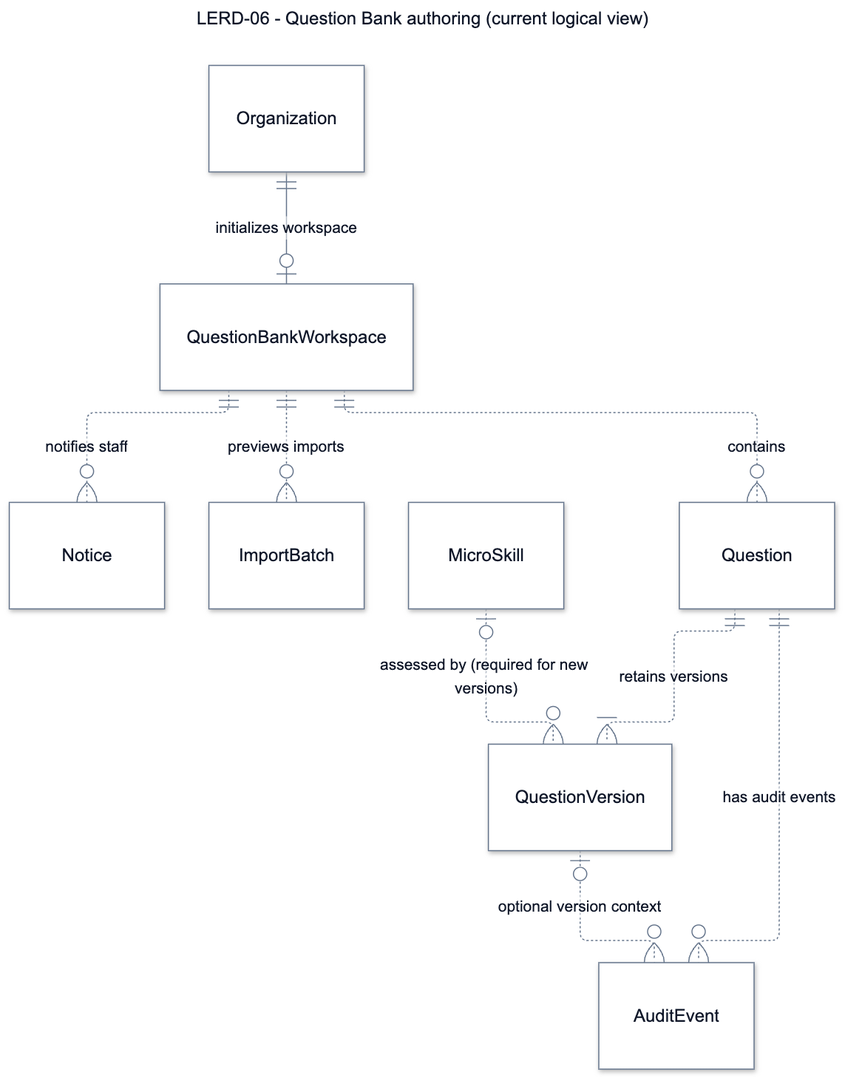
Earlier version of the Mermaid export documents/diagrams/mermaid/lerd-06.png (SEP490-Fall-2026-GFA26SE64/SEP490). Its source is kept beside it as documents/diagrams/mermaid/lerd-06.mmd. Source of this version:
```mermaid
---
title: "LERD-06 - Question Bank authoring (current logical view)"
config: {"theme":"base","fontFamily":"Segoe UI, Arial, sans-serif","themeVariables":{"fontFamily":"Segoe UI, Arial, sans-serif","fontSize":"16px","primaryColor":"#ffffff","primaryTextColor":"#0f1729","primaryBorderColor":"#64748b","secondaryColor":"#fef3eb","tertiaryColor":"#ffffff","lineColor":"#64748b","textColor":"#0f1729","mainBkg":"#ffffff","background":"#ffffff","clusterBkg":"#ffffff","clusterBorder":"#64748b","edgeLabelBackground":"#ffffff","titleColor":"#0f1729","noteBkgColor":"#fef3eb","noteTextColor":"#0f1729","noteBorderColor":"#e6650f","attributeBackgroundColorOdd":"#ffffff","attributeBackgroundColorEven":"#ffffff","secondaryBorderColor":"#64748b","tertiaryBorderColor":"#64748b","secondaryTextColor":"#0f1729","tertiaryTextColor":"#0f1729"},"layout":"elk","er":{"layoutDirection":"LR","nodeSpacing":36,"rankSpacing":74,"entityPadding":16,"fontSize":16,"minEntityWidth":140,"diagramPadding":24}}
---
erDiagram
  O["Organization"]
  B["QuestionBankWorkspace"]
  Q["Question"]
  V["QuestionVersion"]
  S["MicroSkill"]
  A["AuditEvent"]
  N["Notice"]
  X["ImportBatch"]
  O ||--o| B : "initializes workspace"
  B ||..o{ Q : "contains"
  Q ||..|{ V : "retains versions"
  S |o..o{ V : "assessed by (required for new versions)"
  Q ||..o{ A : "has audit events"
  V |o..o{ A : "optional version context"
  B ||..o{ N : "notifies staff"
  B ||..o{ X : "previews imports"
```
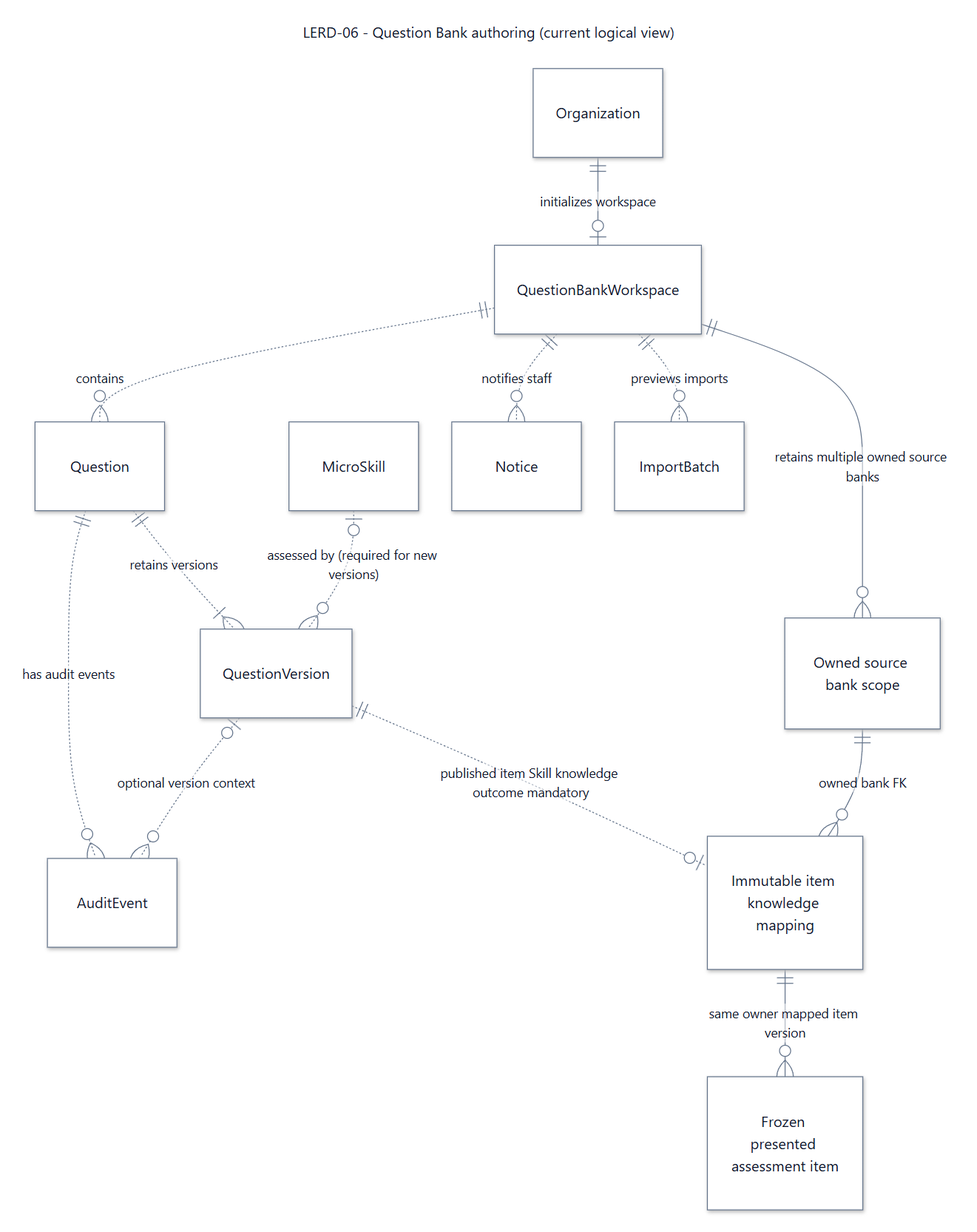
After the change.

What changed in the source:
```diff
@@ -1,7 +1,8 @@
 ---
 title: "LERD-06 - Question Bank authoring (current logical view)"
-config: {"theme":"base","fontFamily":"Segoe UI, Arial, sans-serif","themeVariables":{"fontFamily":"Segoe UI, Arial, sans-serif","fontSize":"16px","primaryColor":"#ffffff","primaryTextColor":"#0f1729","primaryBorderColor":"#64748b","secondaryColor":"#fef3eb","tertiaryColor":"#ffffff","lineColor":"#64748b","textColor":"#0f1729","mainBkg":"#ffffff","background":"#ffffff","clusterBkg":"#ffffff","clusterBorder":"#64748b","edgeLabelBackground":"#ffffff","titleColor":"#0f1729","noteBkgColor":"#fef3eb","noteTextColor":"#0f1729","noteBorderColor":"#e6650f","attributeBackgroundColorOdd":"#ffffff","attributeBackgroundColorEven":"#ffffff","secondaryBorderColor":"#64748b","tertiaryBorderColor":"#64748b","secondaryTextColor":"#0f1729","tertiaryTextColor":"#0f1729"},"layout":"elk","er":{"layoutDirection":"LR","nodeSpacing":36,"rankSpacing":74,"entityPadding":16,"fontSize":16,"minEntityWidth":140,"diagramPadding":24}}
+config: {"theme":"base","fontFamily":"Segoe UI, Arial, sans-serif","themeVariables":{"fontFamily":"Segoe UI, Arial, sans-serif","fontSize":"16px","primaryColor":"#ffffff","primaryTextColor":"#0f1729","primaryBorderColor":"#64748b","secondaryColor":"#fef3eb","tertiaryColor":"#ffffff","lineColor":"#64748b","textColor":"#0f1729","mainBkg":"#ffffff","background":"#ffffff","clusterBkg":"#ffffff","clusterBorder":"#64748b","edgeLabelBackground":"#ffffff","titleColor":"#0f1729","noteBkgColor":"#fef3eb","noteTextColor":"#0f1729","noteBorderColor":"#e6650f","attributeBackgroundColorOdd":"#ffffff","attributeBackgroundColorEven":"#ffffff","secondaryBorderColor":"#64748b","tertiaryBorderColor":"#64748b","secondaryTextColor":"#0f1729","tertiaryTextColor":"#0f1729"},"layout":"dagre","er":{"layoutDirection":"LR","nodeSpacing":36,"rankSpacing":74,"entityPadding":16,"fontSize":16,"minEntityWidth":140,"diagramPadding":24}}
 ---
+
 erDiagram
   O["Organization"]
   B["QuestionBankWorkspace"]
@@ -19,3 +20,10 @@
   V |o..o{ A : "optional version context"
   B ||..o{ N : "notifies staff"
   B ||..o{ X : "previews imports"
+  Source["Owned source bank scope"]
+  Mapping["Immutable item knowledge mapping"]
+  Paper["Frozen presented assessment item"]
+  B ||--o{ Source : "retains multiple owned source banks"
+  V ||..o| Mapping : "published item Skill knowledge outcome mandatory"
+  Source ||--o{ Mapping : "owned bank FK"
+  Mapping ||--o{ Paper : "same owner mapped item version"
```
